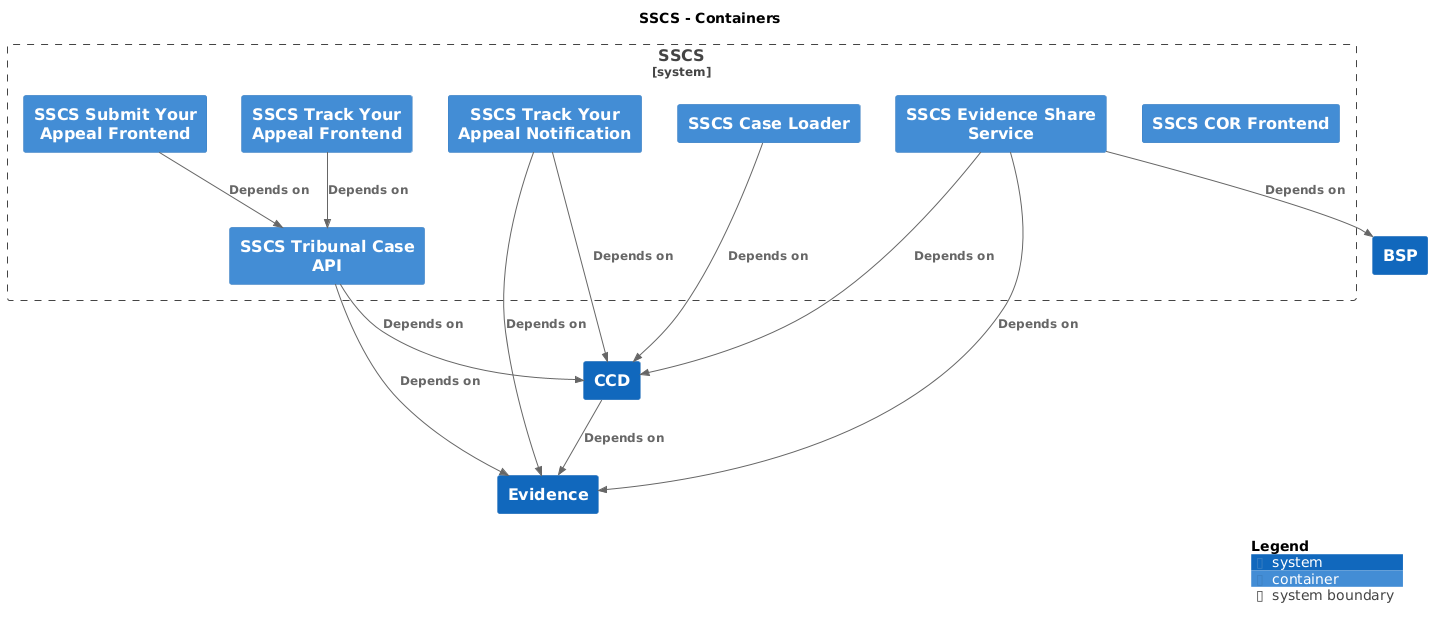
hmcts/cnp-api-docs keeps this PlantUML diagram as docs/c4/sscs/images/structurizr-sscs-overview.png. Above is the earlier version.
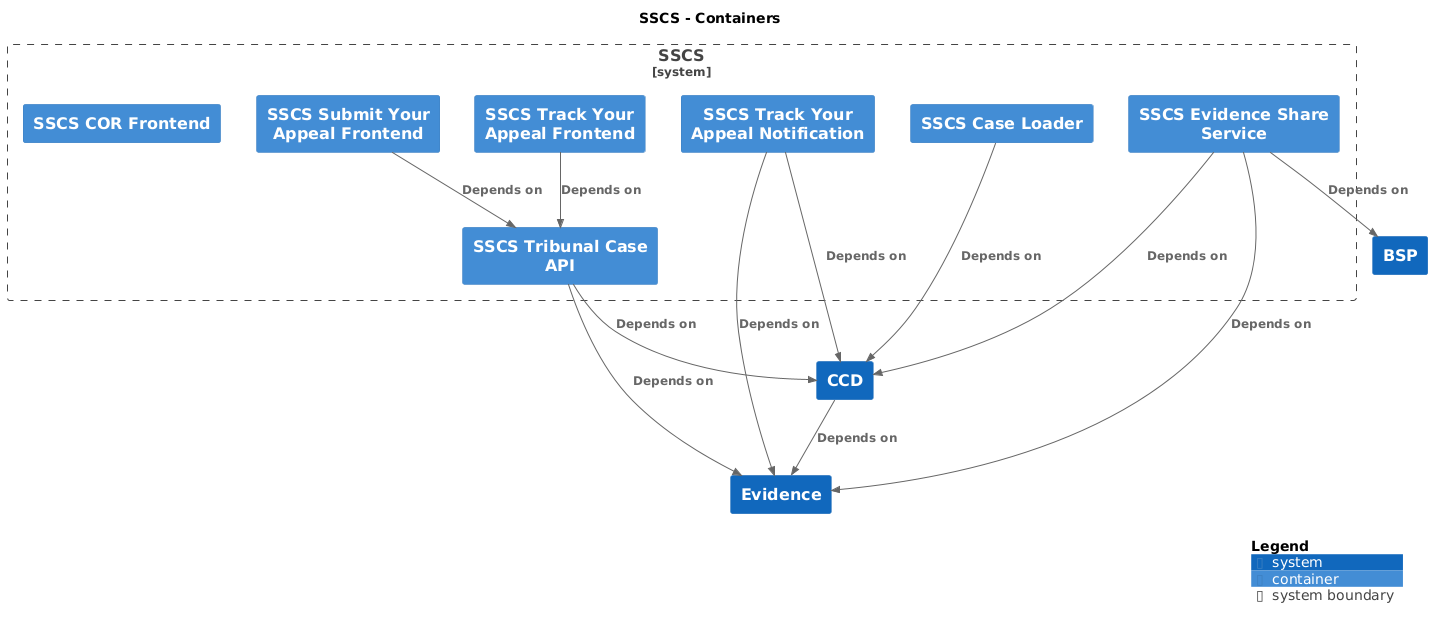
After the commit.

Diff of the diagram source:
```diff
@@ -13,13 +13,13 @@
 System(BSP, "BSP", $descr="", $tags="", $link="")
 
 System_Boundary("SSCS_boundary", "SSCS", $tags="") {
-  Container(SSCS.SSCSCORFrontend, "SSCS COR Frontend", $techn="", $descr="", $tags="", $link="")
   Container(SSCS.SSCSTrackYourAppealFrontend, "SSCS Track Your Appeal Frontend", $techn="", $descr="", $tags="", $link="")
   Container(SSCS.SSCSTribunalCaseAPI, "SSCS Tribunal Case API", $techn="", $descr="", $tags="", $link="")
   Container(SSCS.SSCSCaseLoader, "SSCS Case Loader", $techn="", $descr="", $tags="", $link="")
   Container(SSCS.SSCSTrackYourAppealNotification, "SSCS Track Your Appeal Notification", $techn="", $descr="", $tags="", $link="")
   Container(SSCS.SSCSSubmitYourAppealFrontend, "SSCS Submit Your Appeal Frontend", $techn="", $descr="", $tags="", $link="")
   Container(SSCS.SSCSEvidenceShareService, "SSCS Evidence Share Service", $techn="", $descr="", $tags="", $link="")
+  Container(SSCS.SSCSCORFrontend, "SSCS COR Frontend", $techn="", $descr="", $tags="", $link="")
 }
 
 Rel(CCD, Evidence, "Depends on", $techn="", $tags="", $link="")
```
